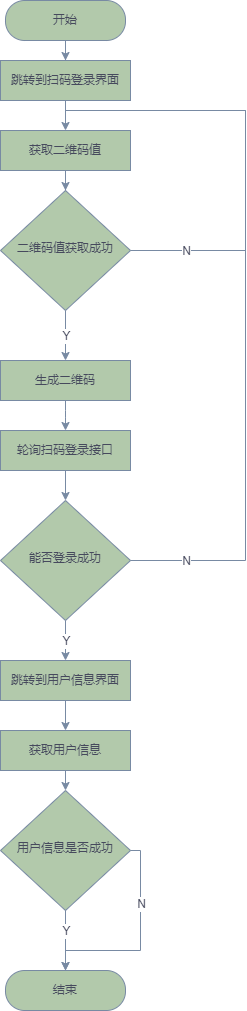
Earlier version of the draw.io export x9hp/扫码登录流程图.png (notigit/Image). Source tidied: cells renumbered, new cells last; positions are measured from the earlier drawing's top-left corner, leaving out a move shared by most shapes.
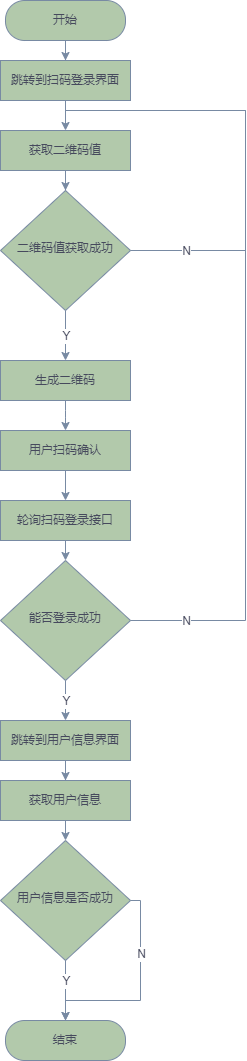
After the commit.

Commit message:
更新扫码登录流程图.png

Diff of the diagram source:
```diff
@@ -18,7 +18,7 @@
       <mxGeometry relative="1" as="geometry" />
     </mxCell>
     <mxCell id="7" value="结束" style="rounded=1;whiteSpace=wrap;html=1;fontSize=12;glass=0;strokeWidth=1;shadow=0;fillColor=#B2C9AB;strokeColor=#788AA3;fontColor=#46495D;arcSize=48;" parent="1" vertex="1">
-      <mxGeometry x="5" y="970" width="120" height="40" as="geometry" />
+      <mxGeometry x="5" y="1020" width="120" height="40" as="geometry" />
     </mxCell>
     <mxCell id="8" style="edgeStyle=orthogonalEdgeStyle;rounded=0;jettySize=auto;html=1;entryX=0.5;entryY=0;entryDx=0;entryDy=0;strokeColor=#788AA3;fontColor=#46495D;" parent="1" edge="1" source="9">
       <mxGeometry relative="1" as="geometry">
@@ -32,10 +32,10 @@
       <mxGeometry relative="1" as="geometry" />
     </mxCell>
     <mxCell id="11" value="轮询扫码登录接口" style="rounded=0;whiteSpace=wrap;html=1;fontSize=12;glass=0;strokeWidth=1;shadow=0;fillColor=#B2C9AB;strokeColor=#788AA3;fontColor=#46495D;arcSize=0;" parent="1" vertex="1">
-      <mxGeometry y="430" width="130" height="40" as="geometry" />
+      <mxGeometry y="500" width="130" height="40" as="geometry" />
     </mxCell>
     <mxCell id="12" value="能否登录成功" style="rhombus;whiteSpace=wrap;html=1;shadow=0;fontFamily=Helvetica;fontSize=12;align=center;strokeWidth=1;spacing=6;spacingTop=-4;fillColor=#B2C9AB;strokeColor=#788AA3;fontColor=#46495D;rounded=0;" parent="1" vertex="1">
-      <mxGeometry y="500" width="130" height="120" as="geometry" />
+      <mxGeometry y="560" width="130" height="120" as="geometry" />
     </mxCell>
     <mxCell id="13" style="endArrow=classic;html=1;rounded=0;fontColor=#46495D;strokeColor=#788AA3;fillColor=#B2C9AB;exitX=0.5;exitY=1;exitDx=0;exitDy=0;entryX=0.5;entryY=0;entryDx=0;entryDy=0;" parent="1" edge="1" source="5" target="32">
       <mxGeometry relative="1" as="geometry" />
@@ -68,7 +68,7 @@
       <mxGeometry relative="1" as="geometry">
         <mxPoint x="65" y="120" as="targetPoint" />
         <Array as="points">
-          <mxPoint x="245" y="560" />
+          <mxPoint x="245" y="620" />
           <mxPoint x="245" y="110" />
           <mxPoint x="65" y="110" />
         </Array>
@@ -76,17 +76,17 @@
     </mxCell>
     <mxCell id="20" value="N" style="edgeLabel;html=1;align=center;verticalAlign=middle;rounded=1;fontColor=#46495D;strokeColor=#788AA3;fillColor=#B2C9AB;" parent="19" vertex="1">
       <mxGeometry relative="1" as="geometry">
-        <mxPoint x="-60" y="263" as="offset" />
+        <mxPoint x="-60" y="293" as="offset" />
       </mxGeometry>
     </mxCell>
     <mxCell id="21" style="edgeStyle=orthogonalEdgeStyle;rounded=0;jettySize=auto;html=1;exitX=0.5;exitY=1;exitDx=0;exitDy=0;entryX=0.5;entryY=0;entryDx=0;entryDy=0;fontColor=#46495D;startArrow=none;startFill=0;endArrow=classic;endFill=1;strokeColor=#788AA3;fillColor=#B2C9AB;" parent="1" edge="1" source="22" target="23">
       <mxGeometry relative="1" as="geometry" />
     </mxCell>
     <mxCell id="22" value="获取用户信息" style="rounded=0;whiteSpace=wrap;html=1;fontSize=12;glass=0;strokeWidth=1;shadow=0;fillColor=#B2C9AB;strokeColor=#788AA3;fontColor=#46495D;arcSize=0;" parent="1" vertex="1">
-      <mxGeometry y="730" width="130" height="40" as="geometry" />
+      <mxGeometry y="780" width="130" height="40" as="geometry" />
     </mxCell>
     <mxCell id="23" value="用户信息是否成功" style="rhombus;whiteSpace=wrap;html=1;shadow=0;fontFamily=Helvetica;fontSize=12;align=center;strokeWidth=1;spacing=6;spacingTop=-4;fillColor=#B2C9AB;strokeColor=#788AA3;fontColor=#46495D;rounded=0;" parent="1" vertex="1">
-      <mxGeometry y="790" width="130" height="120" as="geometry" />
+      <mxGeometry y="840" width="130" height="120" as="geometry" />
     </mxCell>
     <mxCell id="24" style="endArrow=classic;html=1;rounded=0;fontColor=#46495D;strokeColor=#788AA3;fillColor=#B2C9AB;exitX=0.5;exitY=1;exitDx=0;exitDy=0;entryX=0.5;entryY=0;entryDx=0;entryDy=0;" parent="1" edge="1" source="23" target="7">
       <mxGeometry relative="1" as="geometry" />
@@ -99,9 +99,9 @@
     <mxCell id="26" style="endArrow=classic;html=1;rounded=0;fontColor=#46495D;strokeColor=#788AA3;fillColor=#B2C9AB;exitX=1;exitY=0.5;exitDx=0;exitDy=0;edgeStyle=orthogonalEdgeStyle;entryX=0.5;entryY=0;entryDx=0;entryDy=0;" parent="1" edge="1" source="23" target="7">
       <mxGeometry relative="1" as="geometry">
         <Array as="points">
-          <mxPoint x="140" y="850" />
-          <mxPoint x="140" y="950" />
-          <mxPoint x="65" y="950" />
+          <mxPoint x="140" y="900" />
+          <mxPoint x="140" y="1000" />
+          <mxPoint x="65" y="1000" />
         </Array>
       </mxGeometry>
     </mxCell>
@@ -117,13 +117,19 @@
       <mxGeometry relative="1" as="geometry" />
     </mxCell>
     <mxCell id="30" value="跳转到用户信息界面" style="rounded=0;whiteSpace=wrap;html=1;fontSize=12;glass=0;strokeWidth=1;shadow=0;fillColor=#B2C9AB;strokeColor=#788AA3;fontColor=#46495D;arcSize=0;" parent="1" vertex="1">
-      <mxGeometry y="660" width="130" height="40" as="geometry" />
+      <mxGeometry y="720" width="130" height="40" as="geometry" />
     </mxCell>
-    <mxCell id="31" style="edgeStyle=orthogonalEdgeStyle;curved=0;rounded=1;sketch=0;jettySize=auto;html=1;entryX=0.5;entryY=0;entryDx=0;entryDy=0;fontColor=#46495D;strokeColor=#788AA3;fillColor=#B2C9AB;" parent="1" edge="1" source="32" target="11">
+    <mxCell id="31" style="edgeStyle=orthogonalEdgeStyle;curved=0;rounded=1;sketch=0;jettySize=auto;html=1;entryX=0.5;entryY=0;entryDx=0;entryDy=0;fontColor=#46495D;strokeColor=#788AA3;fillColor=#B2C9AB;" parent="1" edge="1" source="32" target="34">
       <mxGeometry relative="1" as="geometry" />
     </mxCell>
     <mxCell id="32" value="生成二维码" style="rounded=0;whiteSpace=wrap;html=1;fontSize=12;glass=0;strokeWidth=1;shadow=0;fillColor=#B2C9AB;strokeColor=#788AA3;fontColor=#46495D;arcSize=0;" parent="1" vertex="1">
       <mxGeometry y="360" width="130" height="40" as="geometry" />
     </mxCell>
+    <mxCell id="33" style="edgeStyle=orthogonalEdgeStyle;rounded=0;jettySize=auto;html=1;strokeColor=#788AA3;fontColor=#46495D;" parent="1" edge="1" source="34" target="11">
+      <mxGeometry relative="1" as="geometry" />
+    </mxCell>
+    <mxCell id="34" value="用户扫码确认" style="rounded=0;whiteSpace=wrap;html=1;fontSize=12;glass=0;strokeWidth=1;shadow=0;fillColor=#B2C9AB;strokeColor=#788AA3;fontColor=#46495D;arcSize=0;" parent="1" vertex="1">
+      <mxGeometry y="430" width="130" height="40" as="geometry" />
+    </mxCell>
   </root>
 </mxGraphModel>
```
